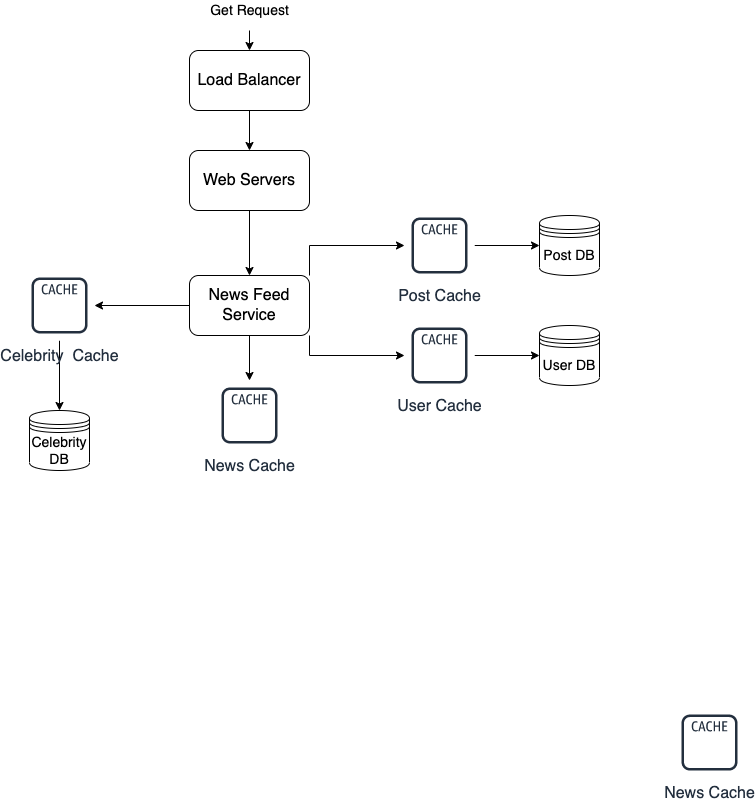
The draw.io diagram System Design/Images/News_Feed_Generate.drawio.png in sidhant293/Essential-Algorithms, before a commit. Source tidied: cells renumbered, new cells last; positions are measured from the earlier drawing's top-left corner, leaving out a move shared by most shapes.
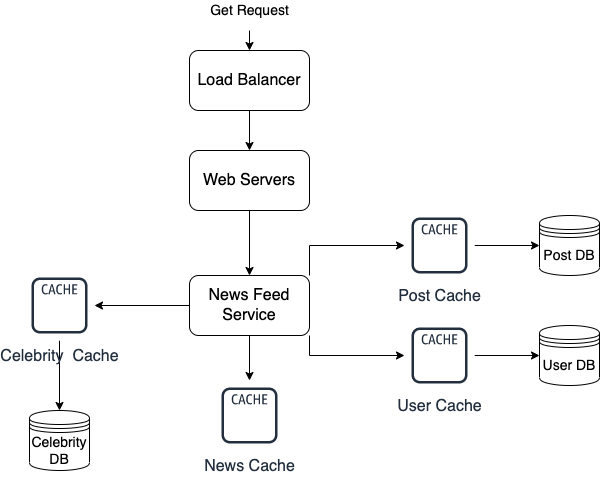
After the commit.

What changed in the source:
```diff
@@ -49,9 +49,6 @@
     <mxCell id="16" value="&lt;font size=&quot;3&quot;&gt;News Cache&lt;/font&gt;" style="sketch=0;outlineConnect=0;fontColor=#232F3E;gradientColor=none;strokeColor=#232F3E;fillColor=#ffffff;dashed=0;verticalLabelPosition=bottom;verticalAlign=top;align=center;html=1;fontSize=12;fontStyle=0;shape=mxgraph.aws4.resourceIcon;resIcon=mxgraph.aws4.cache_node;" parent="1" vertex="1">
       <mxGeometry x="190" y="380" width="70" height="70" as="geometry" />
     </mxCell>
-    <mxCell id="17" value="&lt;font size=&quot;3&quot;&gt;News Cache&lt;/font&gt;" style="sketch=0;fontColor=#232F3E;gradientColor=none;strokeColor=#232F3E;fillColor=#ffffff;dashed=0;verticalLabelPosition=bottom;verticalAlign=top;align=center;html=1;fontSize=12;fontStyle=0;shape=mxgraph.aws4.resourceIcon;resIcon=mxgraph.aws4.cache_node;" parent="1" vertex="1">
-      <mxGeometry x="650" y="707" width="70" height="70" as="geometry" />
-    </mxCell>
     <mxCell id="18" style="edgeStyle=orthogonalEdgeStyle;rounded=0;jettySize=auto;html=1;fontSize=14;" parent="1" edge="1" source="19" target="22">
       <mxGeometry relative="1" as="geometry" />
     </mxCell>
```
